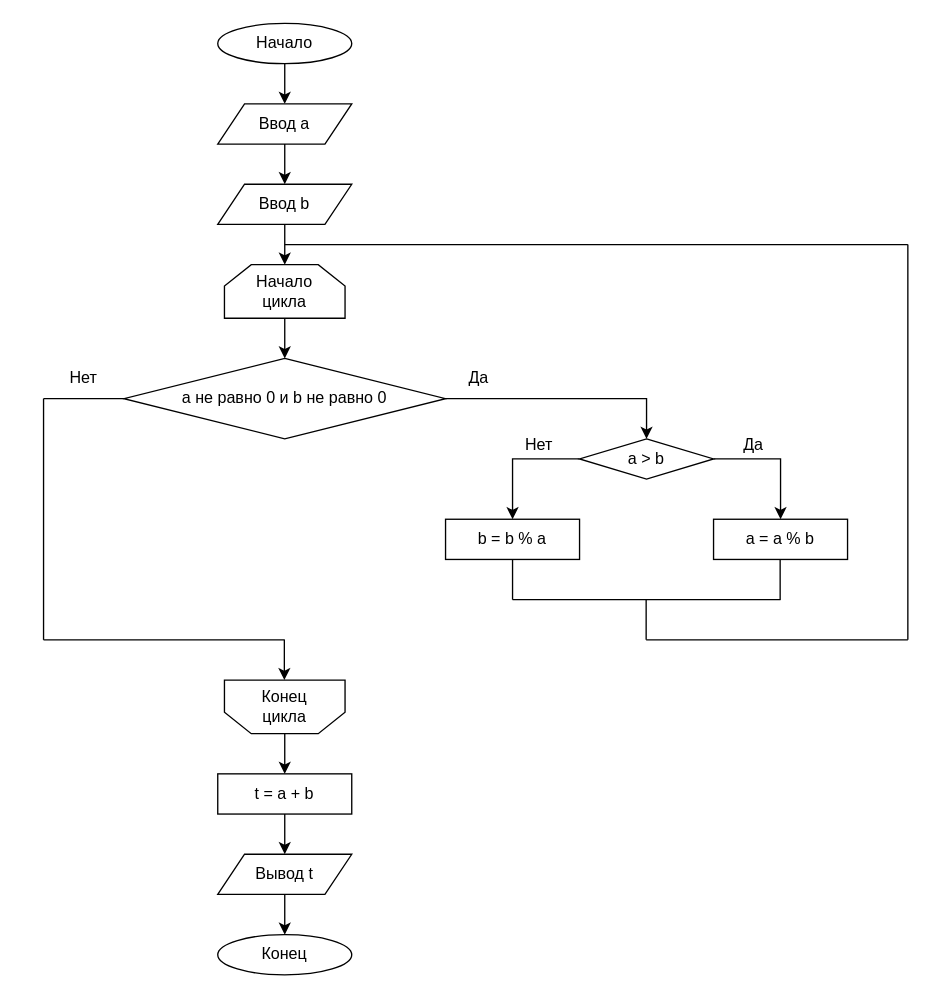
Before: page "2.3.1" (4 of 9) of Блок-схемы.drawio in hantagu/practice, a draw.io diagram. Source tidied: cells renumbered, new cells numbered last; positions are measured from the earlier drawing's top-left corner, leaving out a move shared by most shapes. Both pictures are drawn from the tidied source at 134%, with x=0, y=0 at pixel (43, 23).
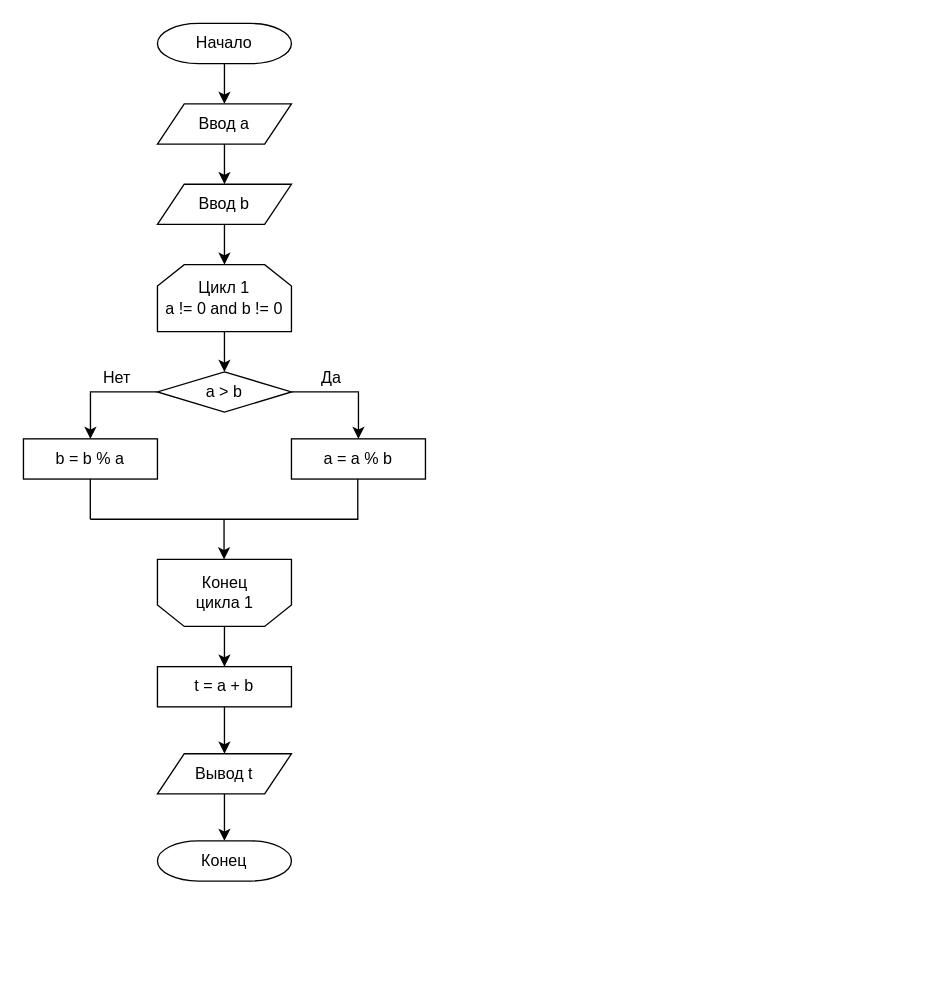
The same diagram, later.

Diff of the diagram source:
```diff
@@
-    <mxCell id="2" style="edgeStyle=orthogonalEdgeStyle;rounded=0;jettySize=auto;html=1;exitX=0.5;exitY=1;exitDx=0;exitDy=0;entryX=0.5;entryY=0;entryDx=0;entryDy=0;" parent="1" edge="1" source="3" target="5">
-      <mxGeometry relative="1" as="geometry" />
+    <mxCell id="2" style="edgeStyle=orthogonalEdgeStyle;rounded=0;jettySize=auto;html=1;exitX=0.5;exitY=1;exitDx=0;exitDy=0;entryX=0.5;entryY=0;entryDx=0;entryDy=0;" parent="1" edge="1" target="5">
+      <mxGeometry relative="1" as="geometry">
+        <mxPoint x="135" y="30" as="sourcePoint" />
+      </mxGeometry>
     </mxCell>
-    <mxCell id="3" value="Начало" style="ellipse;whiteSpace=wrap;html=1;" parent="1" vertex="1">
-      <mxGeometry x="130" width="100" height="30" as="geometry" />
-    </mxCell>
@@
     <mxCell id="5" value="Ввод a" style="shape=parallelogram;perimeter=parallelogramPerimeter;whiteSpace=wrap;html=1;fixedSize=1;" parent="1" vertex="1">
-      <mxGeometry x="130" y="60" width="100" height="30" as="geometry" />
+      <mxGeometry x="85" y="60" width="100" height="30" as="geometry" />
     </mxCell>
@@
     <mxCell id="7" value="Ввод b" style="shape=parallelogram;perimeter=parallelogramPerimeter;whiteSpace=wrap;html=1;fixedSize=1;" parent="1" vertex="1">
-      <mxGeometry x="130" y="120" width="100" height="30" as="geometry" />
+      <mxGeometry x="85" y="120" width="100" height="30" as="geometry" />
     </mxCell>
-    <mxCell id="8" style="edgeStyle=orthogonalEdgeStyle;rounded=0;jettySize=auto;html=1;exitX=0.5;exitY=1;exitDx=0;exitDy=0;entryX=0.5;entryY=0;entryDx=0;entryDy=0;" parent="1" edge="1" source="9" target="14">
-      <mxGeometry relative="1" as="geometry" />
+    <mxCell id="8" style="edgeStyle=orthogonalEdgeStyle;rounded=0;jettySize=auto;html=1;exitX=0.5;exitY=1;exitDx=0;exitDy=0;entryX=0.5;entryY=0;entryDx=0;entryDy=0;" parent="1" edge="1" source="9">
+      <mxGeometry relative="1" as="geometry">
+        <mxPoint x="135" y="260" as="targetPoint" />
+      </mxGeometry>
     </mxCell>
-    <mxCell id="9" value="&lt;div&gt;Начало&lt;/div&gt;&lt;div&gt;цикла&lt;/div&gt;" style="shape=loopLimit;whiteSpace=wrap;html=1;" parent="1" vertex="1">
-      <mxGeometry x="135" y="180" width="90" height="40" as="geometry" />
+    <mxCell id="9" value="&lt;div&gt;Цикл 1&lt;br&gt;&lt;/div&gt;&lt;div&gt;a != 0 and b != 0&lt;br&gt;&lt;/div&gt;" style="shape=loopLimit;whiteSpace=wrap;html=1;" parent="1" vertex="1">
+      <mxGeometry x="85" y="180" width="100" height="50" as="geometry" />
     </mxCell>
     <mxCell id="10" style="group;" parent="1" vertex="1">
-      <mxGeometry x="135" y="490" width="90" height="40" as="geometry" />
+      <mxGeometry x="85" y="400" width="100" height="50" as="geometry" />
     </mxCell>
     <mxCell id="11" style="shape=loopLimit;whiteSpace=wrap;html=1;rotation=-180;" parent="10" vertex="1">
-      <mxGeometry width="90" height="40" as="geometry" />
+      <mxGeometry width="100" height="50" as="geometry" />
     </mxCell>
-    <mxCell id="12" value="&lt;div&gt;Конец&lt;/div&gt;&lt;div&gt;цикла&lt;br&gt;&lt;/div&gt;" style="text;html=1;strokeColor=none;fillColor=none;align=center;verticalAlign=middle;whiteSpace=wrap;rounded=0;" parent="10" vertex="1">
-      <mxGeometry x="15" y="5" width="60" height="30" as="geometry" />
+    <mxCell id="12" value="&lt;div&gt;Конец&lt;/div&gt;&lt;div&gt;цикла 1&lt;br&gt;&lt;/div&gt;" style="text;html=1;strokeColor=none;fillColor=none;align=center;verticalAlign=middle;whiteSpace=wrap;rounded=0;" parent="10" vertex="1">
+      <mxGeometry x="16.7" y="6.2" width="66.7" height="37.5" as="geometry" />
     </mxCell>
-    <mxCell id="13" style="edgeStyle=orthogonalEdgeStyle;rounded=0;jettySize=auto;html=1;exitX=1;exitY=0.5;exitDx=0;exitDy=0;entryX=0.5;entryY=0;entryDx=0;entryDy=0;" parent="1" edge="1" source="14" target="17">
-      <mxGeometry relative="1" as="geometry" />
-    </mxCell>
-    <mxCell id="14" value="a не равно 0 и b не равно 0" style="rhombus;whiteSpace=wrap;html=1;" parent="1" vertex="1">
-      <mxGeometry x="60" y="250" width="240" height="60" as="geometry" />
-    </mxCell>
@@
     <mxCell id="17" value="a &amp;gt; b" style="rhombus;whiteSpace=wrap;html=1;" parent="1" vertex="1">
-      <mxGeometry x="400" y="310" width="100" height="30" as="geometry" />
+      <mxGeometry x="85" y="260" width="100" height="30" as="geometry" />
     </mxCell>
     <mxCell id="18" value="a = a % b" style="rounded=0;whiteSpace=wrap;html=1;" parent="1" vertex="1">
-      <mxGeometry x="500" y="370" width="100" height="30" as="geometry" />
+      <mxGeometry x="185" y="310" width="100" height="30" as="geometry" />
     </mxCell>
     <mxCell id="19" value="b = b % a" style="rounded=0;whiteSpace=wrap;html=1;" parent="1" vertex="1">
-      <mxGeometry x="300" y="370" width="100" height="30" as="geometry" />
+      <mxGeometry x="-15" y="310" width="100" height="30" as="geometry" />
     </mxCell>
     <mxCell id="20" style="endArrow=none;html=1;rounded=0;" parent="1" edge="1">
       <mxGeometry relative="1" as="geometry">
-        <mxPoint x="350" y="430" as="sourcePoint" />
-        <mxPoint x="350" y="400" as="targetPoint" />
+        <mxPoint x="34.9" y="370" as="sourcePoint" />
+        <mxPoint x="34.9" y="340" as="targetPoint" />
       </mxGeometry>
     </mxCell>
     <mxCell id="21" style="endArrow=none;html=1;rounded=0;" parent="1" edge="1">
       <mxGeometry relative="1" as="geometry">
-        <mxPoint x="549.7" y="430" as="sourcePoint" />
-        <mxPoint x="549.7" y="400" as="targetPoint" />
+        <mxPoint x="234.5" y="370" as="sourcePoint" />
+        <mxPoint x="234.5" y="340" as="targetPoint" />
       </mxGeometry>
     </mxCell>
     <mxCell id="22" style="endArrow=none;html=1;rounded=0;" parent="1" edge="1">
       <mxGeometry relative="1" as="geometry">
-        <mxPoint x="550" y="430" as="sourcePoint" />
-        <mxPoint x="350" y="430" as="targetPoint" />
+        <mxPoint x="234.9" y="370" as="sourcePoint" />
+        <mxPoint x="34.9" y="370" as="targetPoint" />
       </mxGeometry>
     </mxCell>
-    <mxCell id="23" style="endArrow=none;html=1;rounded=0;" parent="1" edge="1">
-      <mxGeometry relative="1" as="geometry">
-        <mxPoint x="449.7" y="460" as="sourcePoint" />
-        <mxPoint x="449.7" y="430" as="targetPoint" />
-      </mxGeometry>
-    </mxCell>
-    <mxCell id="24" style="endArrow=none;html=1;rounded=0;" parent="1" edge="1">
-      <mxGeometry relative="1" as="geometry">
-        <mxPoint x="645" y="460" as="sourcePoint" />
-        <mxPoint x="449.7" y="460" as="targetPoint" />
-      </mxGeometry>
-    </mxCell>
-    <mxCell id="25" style="endArrow=none;html=1;rounded=0;" parent="1" edge="1">
-      <mxGeometry relative="1" as="geometry">
-        <mxPoint x="645" y="460" as="sourcePoint" />
-        <mxPoint x="645" y="165" as="targetPoint" />
-      </mxGeometry>
-    </mxCell>
-    <mxCell id="26" style="endArrow=none;html=1;rounded=0;" parent="1" edge="1">
-      <mxGeometry relative="1" as="geometry">
-        <mxPoint x="645" y="165" as="sourcePoint" />
-        <mxPoint x="180" y="165" as="targetPoint" />
-      </mxGeometry>
-    </mxCell>
-    <mxCell id="27" style="endArrow=none;html=1;rounded=0;entryX=0;entryY=1;entryDx=0;entryDy=0;" parent="1" edge="1" target="29">
-      <mxGeometry relative="1" as="geometry">
-        <mxPoint x="60" y="280" as="sourcePoint" />
-      </mxGeometry>
-    </mxCell>
-    <mxCell id="28" value="Да" style="text;html=1;strokeColor=none;fillColor=none;align=center;verticalAlign=middle;whiteSpace=wrap;rounded=0;" parent="1" vertex="1">
-      <mxGeometry x="295" y="250" width="60" height="30" as="geometry" />
-    </mxCell>
-    <mxCell id="29" value="Нет" style="text;html=1;strokeColor=none;fillColor=none;align=center;verticalAlign=middle;whiteSpace=wrap;rounded=0;" parent="1" vertex="1">
-      <mxGeometry y="250" width="60" height="30" as="geometry" />
-    </mxCell>
-    <mxCell id="30" style="endArrow=none;html=1;rounded=0;" parent="1" edge="1">
-      <mxGeometry relative="1" as="geometry">
-        <mxPoint y="460" as="sourcePoint" />
-        <mxPoint y="280" as="targetPoint" />
-      </mxGeometry>
-    </mxCell>
     <mxCell id="31" style="endArrow=classic;html=1;rounded=0;" parent="1" edge="1">
       <mxGeometry relative="1" as="geometry">
-        <mxPoint x="179.7" y="460" as="sourcePoint" />
-        <mxPoint x="179.7" y="490" as="targetPoint" />
+        <mxPoint x="134.7" y="370" as="sourcePoint" />
+        <mxPoint x="134.7" y="400" as="targetPoint" />
       </mxGeometry>
     </mxCell>
-    <mxCell id="32" style="endArrow=none;html=1;rounded=0;" parent="1" edge="1">
-      <mxGeometry relative="1" as="geometry">
-        <mxPoint x="180" y="460" as="sourcePoint" />
-        <mxPoint y="460" as="targetPoint" />
-      </mxGeometry>
-    </mxCell>
     <mxCell id="33" value="Да" style="text;html=1;strokeColor=none;fillColor=none;align=center;verticalAlign=middle;whiteSpace=wrap;rounded=0;" parent="1" vertex="1">
-      <mxGeometry x="500" y="300" width="60" height="30" as="geometry" />
+      <mxGeometry x="185" y="250" width="60" height="30" as="geometry" />
     </mxCell>
     <mxCell id="34" value="Нет" style="text;html=1;strokeColor=none;fillColor=none;align=center;verticalAlign=middle;whiteSpace=wrap;rounded=0;" parent="1" vertex="1">
-      <mxGeometry x="340" y="300" width="60" height="30" as="geometry" />
+      <mxGeometry x="25" y="250" width="60" height="30" as="geometry" />
     </mxCell>
@@
     <mxCell id="36" value="t = a + b" style="rounded=0;whiteSpace=wrap;html=1;" parent="1" vertex="1">
-      <mxGeometry x="130" y="560" width="100" height="30" as="geometry" />
+      <mxGeometry x="85" y="480" width="100" height="30" as="geometry" />
     </mxCell>
-    <mxCell id="37" style="edgeStyle=orthogonalEdgeStyle;rounded=0;jettySize=auto;html=1;exitX=0.5;exitY=1;exitDx=0;exitDy=0;entryX=0.5;entryY=0;entryDx=0;entryDy=0;" parent="1" edge="1" source="38" target="40">
-      <mxGeometry relative="1" as="geometry" />
+    <mxCell id="37" style="edgeStyle=orthogonalEdgeStyle;rounded=0;jettySize=auto;html=1;exitX=0.5;exitY=1;exitDx=0;exitDy=0;entryX=0.5;entryY=0;entryDx=0;entryDy=0;" parent="1" edge="1" source="38">
+      <mxGeometry relative="1" as="geometry">
+        <mxPoint x="135" y="610" as="targetPoint" />
+      </mxGeometry>
     </mxCell>
     <mxCell id="38" value="Вывод t" style="shape=parallelogram;perimeter=parallelogramPerimeter;whiteSpace=wrap;html=1;fixedSize=1;" parent="1" vertex="1">
-      <mxGeometry x="130" y="620" width="100" height="30" as="geometry" />
+      <mxGeometry x="85" y="545" width="100" height="30" as="geometry" />
     </mxCell>
@@
+    <mxCell id="3" value="Начало" style="strokeWidth=1;html=1;shape=mxgraph.flowchart.terminator;whiteSpace=wrap;" parent="1" vertex="1">
+      <mxGeometry x="85" width="100" height="30" as="geometry" />
+    </mxCell>
-    <mxCell id="40" value="Конец" style="ellipse;whiteSpace=wrap;html=1;" parent="1" vertex="1">
-      <mxGeometry x="130" y="680" width="100" height="30" as="geometry" />
+    <mxCell id="40" value="Конец" style="strokeWidth=1;html=1;shape=mxgraph.flowchart.terminator;whiteSpace=wrap;" parent="1" vertex="1">
+      <mxGeometry x="85" y="610" width="100" height="30" as="geometry" />
     </mxCell>
```
